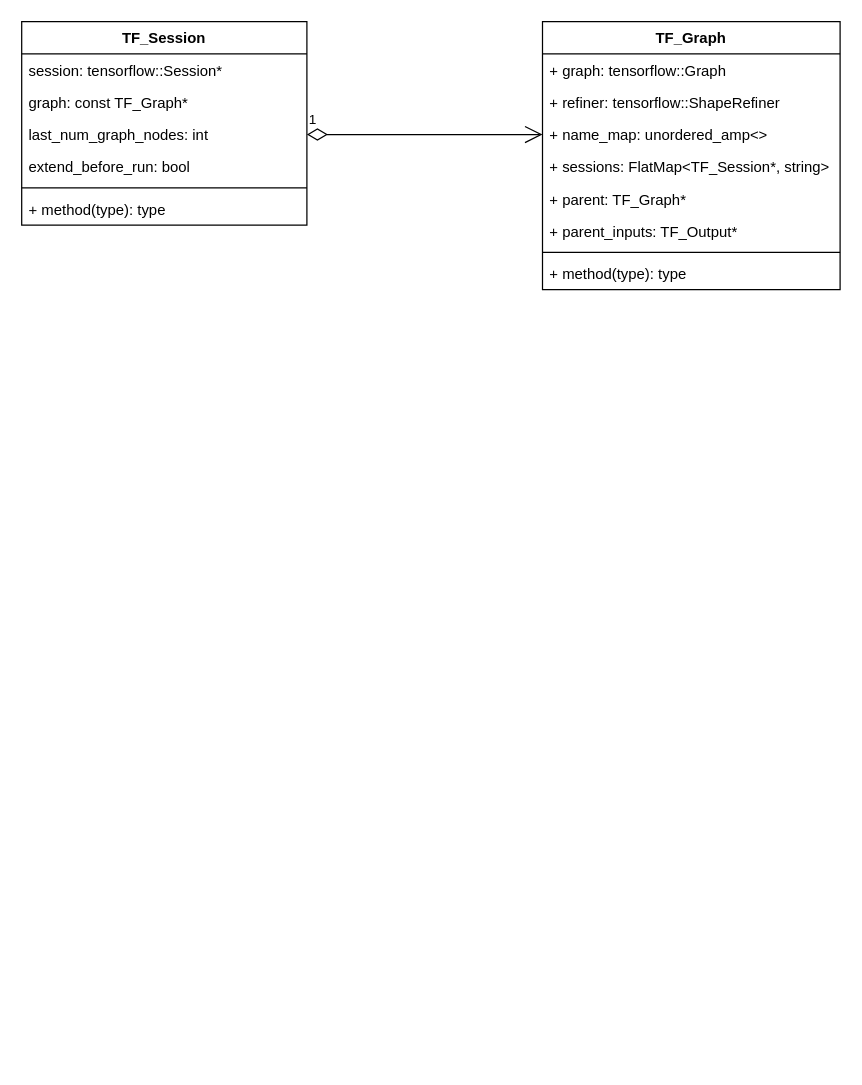
Earlier version of the draw.io diagram Untitled Diagram.drawio (wffpy/tensorflow-internals). Source tidied: cells renumbered, new cells numbered last; positions are measured from the earlier drawing's top-left corner, leaving out a move shared by most shapes. Both pictures are drawn from the tidied source at 124%, with x=0, y=0 at pixel (21, 21).
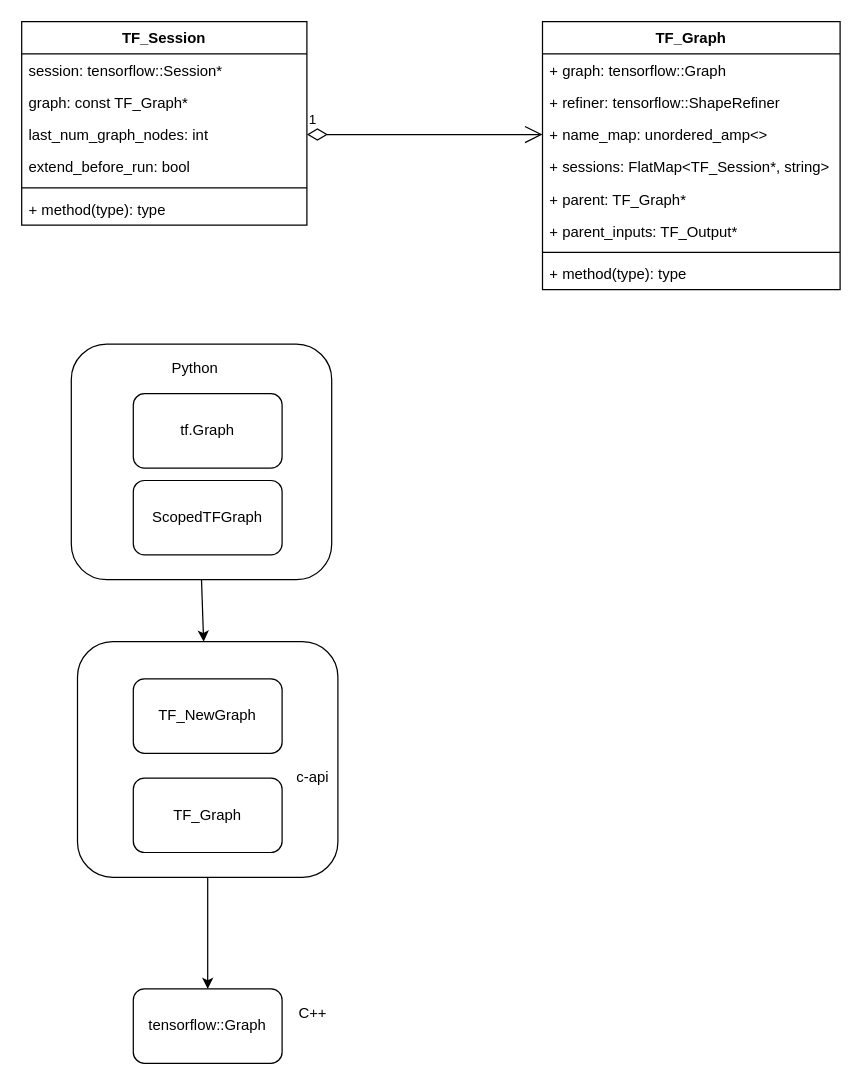
The same page after the edit.

What changed in the source:
```diff
@@
+    <mxCell id="19" style="rounded=1;whiteSpace=wrap;html=1;" parent="1" vertex="1">
+      <mxGeometry x="40" y="260" width="210" height="190" as="geometry" />
+    </mxCell>
@@
+    <mxCell id="20" value="tf.Graph" style="rounded=1;whiteSpace=wrap;html=1;" parent="1" vertex="1">
+      <mxGeometry x="90" y="300" width="120" height="60" as="geometry" />
+    </mxCell>
+    <mxCell id="21" value="ScopedTFGraph" style="rounded=1;whiteSpace=wrap;html=1;" parent="1" vertex="1">
+      <mxGeometry x="90" y="370" width="120" height="60" as="geometry" />
+    </mxCell>
+    <mxCell id="22" value="Python" style="text;html=1;strokeColor=none;fillColor=none;align=center;verticalAlign=middle;whiteSpace=wrap;rounded=0;" parent="1" vertex="1">
+      <mxGeometry x="120" y="270" width="40" height="20" as="geometry" />
+    </mxCell>
+    <mxCell id="23" style="rounded=1;whiteSpace=wrap;html=1;" parent="1" vertex="1">
+      <mxGeometry x="45" y="500" width="210" height="190" as="geometry" />
+    </mxCell>
+    <mxCell id="24" value="TF_NewGraph" style="rounded=1;whiteSpace=wrap;html=1;" parent="1" vertex="1">
+      <mxGeometry x="90" y="530" width="120" height="60" as="geometry" />
+    </mxCell>
+    <mxCell id="25" value="TF_Graph" style="rounded=1;whiteSpace=wrap;html=1;" parent="1" vertex="1">
+      <mxGeometry x="90" y="610" width="120" height="60" as="geometry" />
+    </mxCell>
+    <mxCell id="26" style="endArrow=classic;html=1;exitX=0.5;exitY=1;exitDx=0;exitDy=0;" parent="1" edge="1" source="19" target="23">
+      <mxGeometry relative="1" as="geometry" />
+    </mxCell>
+    <mxCell id="27" style="endArrow=classic;html=1;exitX=0.5;exitY=1;exitDx=0;exitDy=0;" parent="1" edge="1" source="23">
+      <mxGeometry relative="1" as="geometry">
+        <mxPoint x="150" y="780" as="targetPoint" />
+      </mxGeometry>
+    </mxCell>
+    <mxCell id="28" value="tensorflow::Graph" style="rounded=1;whiteSpace=wrap;html=1;" parent="1" vertex="1">
+      <mxGeometry x="90" y="780" width="120" height="60" as="geometry" />
+    </mxCell>
+    <mxCell id="29" value="c-api" style="text;html=1;strokeColor=none;fillColor=none;align=center;verticalAlign=middle;whiteSpace=wrap;rounded=0;" parent="1" vertex="1">
+      <mxGeometry x="215" y="600" width="40" height="20" as="geometry" />
+    </mxCell>
+    <mxCell id="30" value="C++" style="text;html=1;strokeColor=none;fillColor=none;align=center;verticalAlign=middle;whiteSpace=wrap;rounded=0;" parent="1" vertex="1">
+      <mxGeometry x="215" y="790" width="40" height="20" as="geometry" />
+    </mxCell>
```
